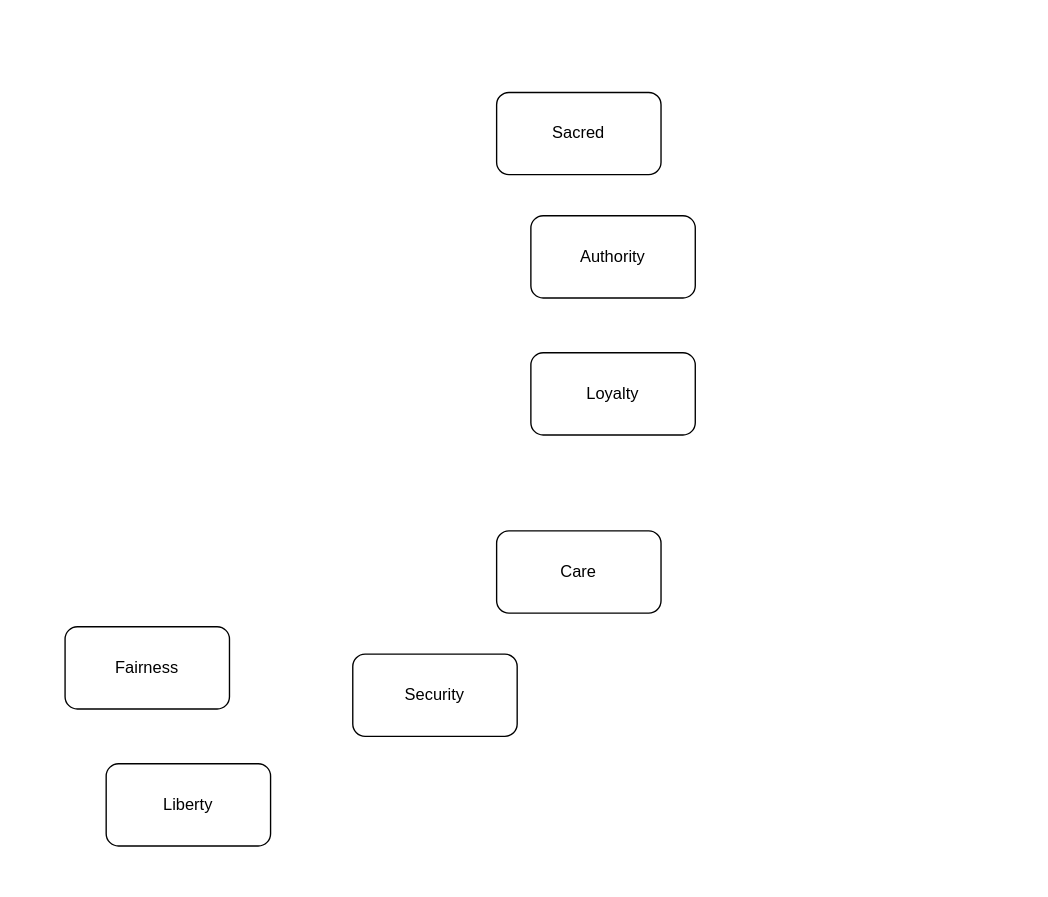
Before: memespace_legal.drawio in codeaudit/1, a draw.io diagram. Source tidied: cells renumbered, new cells numbered last; positions are measured from the earlier drawing's top-left corner, leaving out a move shared by most shapes. Both pictures are drawn from the tidied source at 137%, with x=0, y=0 at pixel (64, 92).
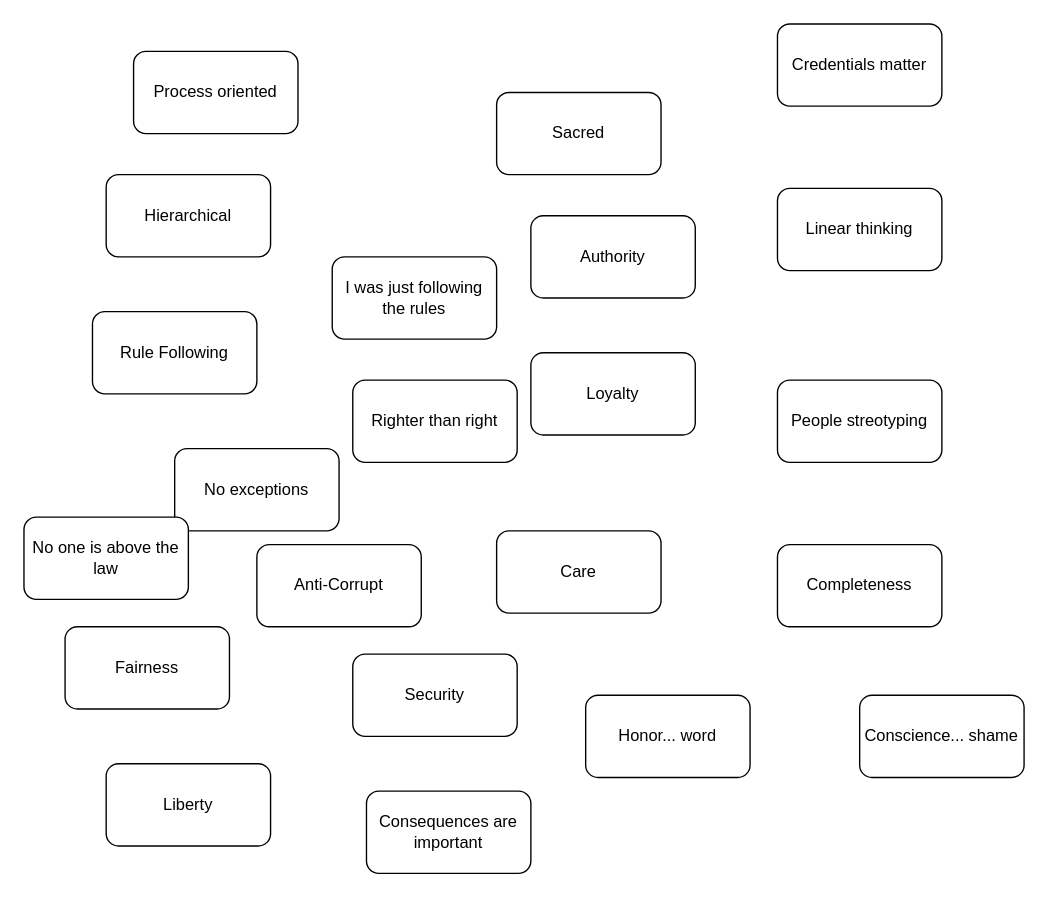
Above is the later version.

Change to the diagram source:
```diff
@@
+    <mxCell id="9" value="Process oriented" style="rounded=1;whiteSpace=wrap;html=1;" parent="1" vertex="1">
+      <mxGeometry x="50" y="-30" width="120" height="60" as="geometry" />
+    </mxCell>
+    <mxCell id="10" value="Hierarchical" style="rounded=1;whiteSpace=wrap;html=1;" parent="1" vertex="1">
+      <mxGeometry x="30" y="60" width="120" height="60" as="geometry" />
+    </mxCell>
+    <mxCell id="11" value="Rule Following" style="rounded=1;whiteSpace=wrap;html=1;" parent="1" vertex="1">
+      <mxGeometry x="20" y="160" width="120" height="60" as="geometry" />
+    </mxCell>
+    <mxCell id="12" value="Credentials matter" style="rounded=1;whiteSpace=wrap;html=1;" parent="1" vertex="1">
+      <mxGeometry x="520" y="-50" width="120" height="60" as="geometry" />
+    </mxCell>
+    <mxCell id="13" value="Linear thinking" style="rounded=1;whiteSpace=wrap;html=1;" parent="1" vertex="1">
+      <mxGeometry x="520" y="70" width="120" height="60" as="geometry" />
+    </mxCell>
+    <mxCell id="14" value="No exceptions" style="rounded=1;whiteSpace=wrap;html=1;" parent="1" vertex="1">
+      <mxGeometry x="80" y="260" width="120" height="60" as="geometry" />
+    </mxCell>
+    <mxCell id="15" value="People streotyping" style="rounded=1;whiteSpace=wrap;html=1;" parent="1" vertex="1">
+      <mxGeometry x="520" y="210" width="120" height="60" as="geometry" />
+    </mxCell>
+    <mxCell id="16" value="Completeness" style="rounded=1;whiteSpace=wrap;html=1;" parent="1" vertex="1">
+      <mxGeometry x="520" y="330" width="120" height="60" as="geometry" />
+    </mxCell>
+    <mxCell id="17" value="Anti-Corrupt" style="rounded=1;whiteSpace=wrap;html=1;" parent="1" vertex="1">
+      <mxGeometry x="140" y="330" width="120" height="60" as="geometry" />
+    </mxCell>
+    <mxCell id="18" value="Consequences are important" style="rounded=1;whiteSpace=wrap;html=1;" parent="1" vertex="1">
+      <mxGeometry x="220" y="510" width="120" height="60" as="geometry" />
+    </mxCell>
+    <mxCell id="19" value="No one is above the law" style="rounded=1;whiteSpace=wrap;html=1;" parent="1" vertex="1">
+      <mxGeometry x="-30" y="310" width="120" height="60" as="geometry" />
+    </mxCell>
+    <mxCell id="20" value="Honor... word" style="rounded=1;whiteSpace=wrap;html=1;" parent="1" vertex="1">
+      <mxGeometry x="380" y="440" width="120" height="60" as="geometry" />
+    </mxCell>
+    <mxCell id="21" value="Conscience... shame" style="rounded=1;whiteSpace=wrap;html=1;" parent="1" vertex="1">
+      <mxGeometry x="580" y="440" width="120" height="60" as="geometry" />
+    </mxCell>
+    <mxCell id="22" value="I was just following the rules" style="rounded=1;whiteSpace=wrap;html=1;" parent="1" vertex="1">
+      <mxGeometry x="195" y="120" width="120" height="60" as="geometry" />
+    </mxCell>
+    <mxCell id="23" value="Righter than right" style="rounded=1;whiteSpace=wrap;html=1;" parent="1" vertex="1">
+      <mxGeometry x="210" y="210" width="120" height="60" as="geometry" />
+    </mxCell>
```
